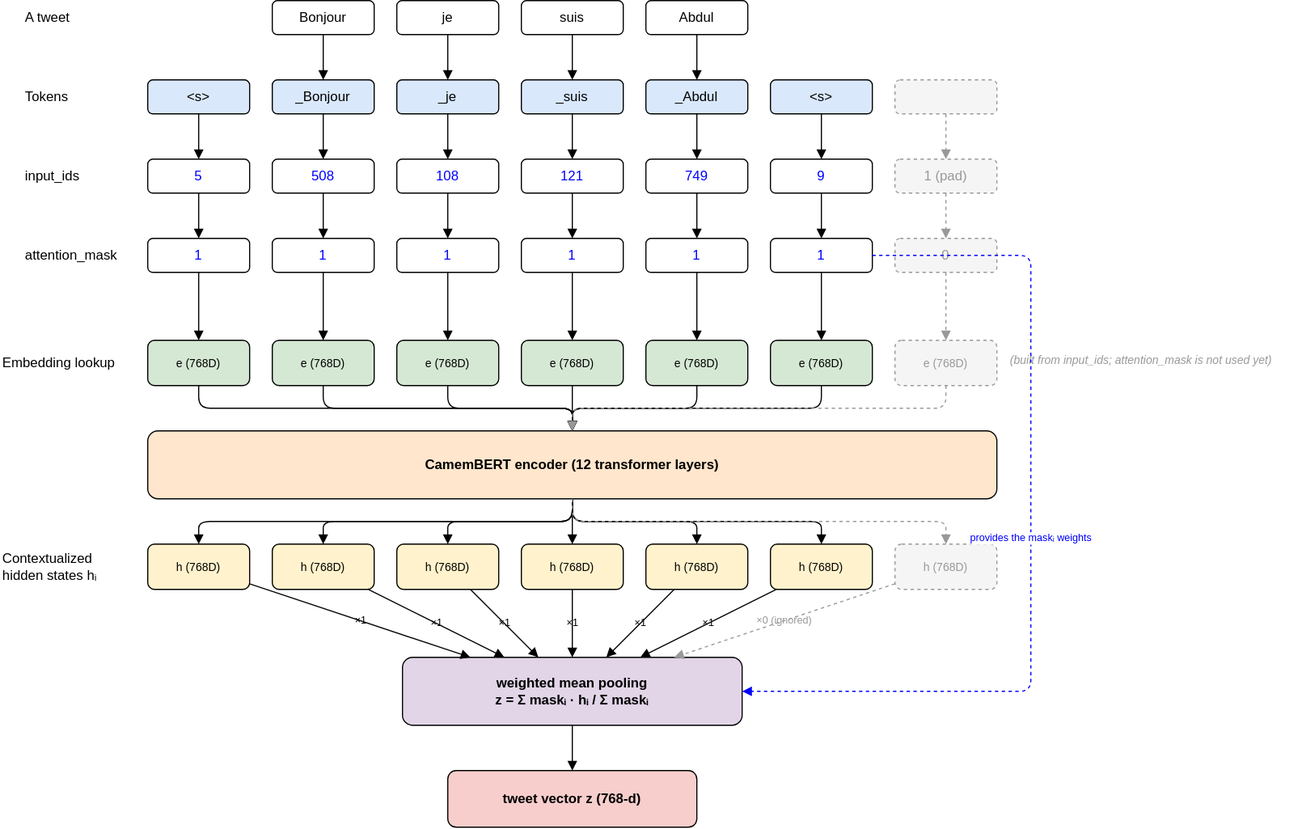
Before: images/pooling.svg, a diagram exported from draw.io (aogunleye/RegiBERT_French_Register_Classification). Source tidied: cells renumbered, new cells last; positions are measured from the earlier drawing's top-left corner, leaving out a move shared by most shapes.
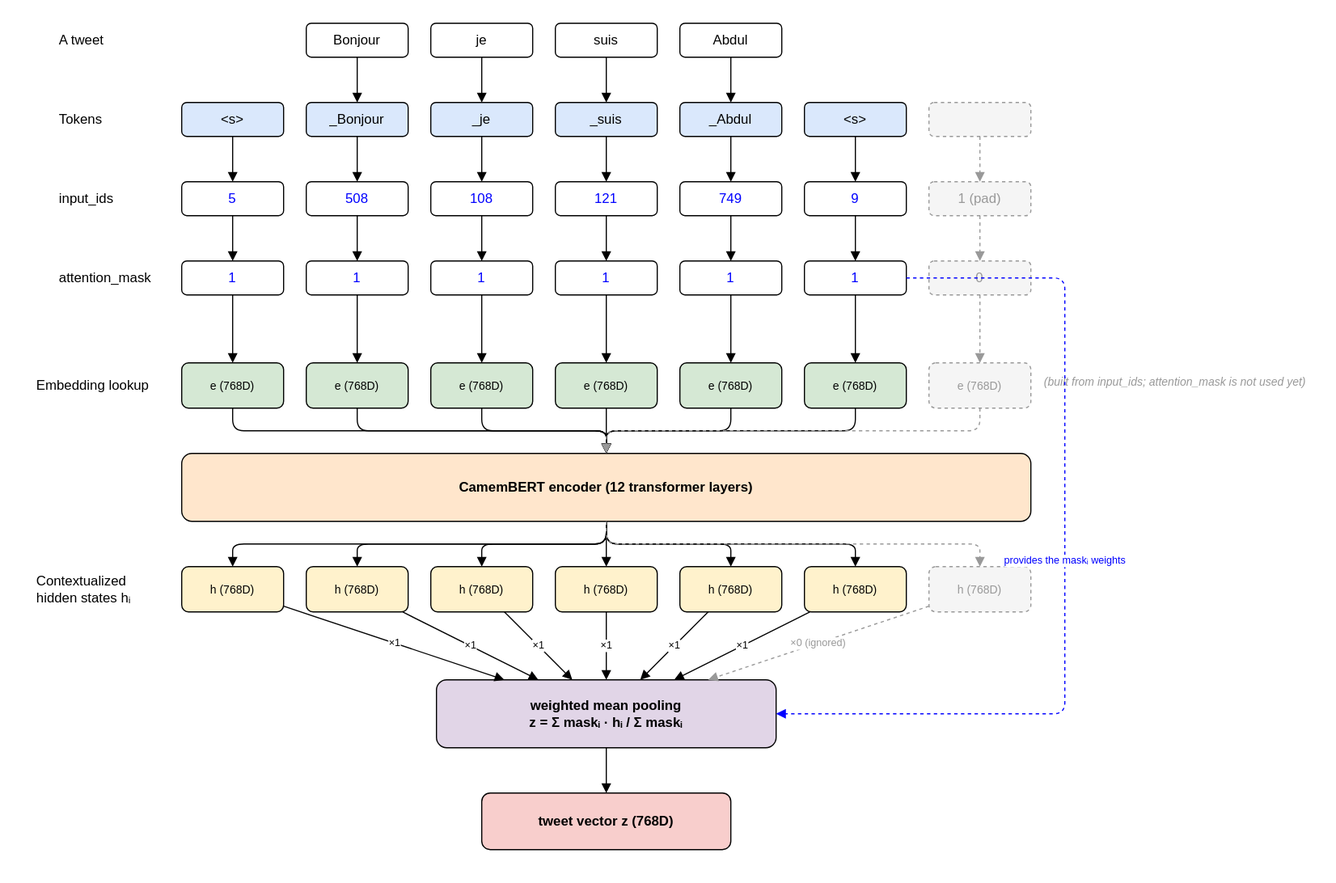
The same diagram one commit later.

What changed in the source:
```diff
@@ -2,6 +2,9 @@
   <root>
     <mxCell id="0" />
     <mxCell id="1" parent="0" />
+    <mxCell id="99" style="rounded=0;whiteSpace=wrap;html=1;strokeColor=none;" parent="1" vertex="1">
+      <mxGeometry x="-30" y="-20" width="1160" height="780" as="geometry" />
+    </mxCell>
     <mxCell id="2" value="Bonjour" style="rounded=1;whiteSpace=wrap;html=1;fillColor=#ffffff;strokeColor=#000000;" parent="1" vertex="1">
       <mxGeometry x="240" width="90" height="30" as="geometry" />
     </mxCell>
@@ -143,7 +146,7 @@
     <mxCell id="48" value="weighted mean pooling&lt;br&gt;z = Σ maskᵢ · hᵢ / Σ maskᵢ" style="rounded=1;whiteSpace=wrap;html=1;fillColor=#e1d5e7;strokeColor=#000000;fontStyle=1;" parent="1" vertex="1">
       <mxGeometry x="355" y="580" width="300" height="60" as="geometry" />
     </mxCell>
-    <mxCell id="49" value="tweet vector z (768-d)" style="rounded=1;whiteSpace=wrap;html=1;fillColor=#f8cecc;strokeColor=#000000;fontStyle=1;" parent="1" vertex="1">
+    <mxCell id="49" value="tweet vector z (768D)" style="rounded=1;whiteSpace=wrap;html=1;fillColor=#f8cecc;strokeColor=#000000;fontStyle=1;" parent="1" vertex="1">
       <mxGeometry x="395" y="680" width="220" height="50" as="geometry" />
     </mxCell>
     <mxCell id="50" style="edgeStyle=orthogonalEdgeStyle;html=1;endArrow=block;" parent="1" edge="1" source="2" target="8">
@@ -266,25 +269,25 @@
     <mxCell id="89" style="edgeStyle=orthogonalEdgeStyle;html=1;endArrow=block;dashed=1;strokeColor=#999999;" parent="1" edge="1" source="39" target="46">
       <mxGeometry relative="1" as="geometry" />
     </mxCell>
-    <mxCell id="90" value="×1" style="edgeStyle=none;html=1;endArrow=block;fontSize=9;labelBackgroundColor=none;" parent="1" edge="1" source="40" target="48">
+    <mxCell id="90" value="×1" style="edgeStyle=none;html=1;endArrow=block;fontSize=9;" parent="1" edge="1" source="40" target="48">
       <mxGeometry relative="1" as="geometry" />
     </mxCell>
-    <mxCell id="91" value="×1" style="edgeStyle=none;html=1;endArrow=block;fontSize=9;labelBackgroundColor=none;" parent="1" edge="1" source="41" target="48">
+    <mxCell id="91" value="×1" style="edgeStyle=none;html=1;endArrow=block;fontSize=9;" parent="1" edge="1" source="41" target="48">
       <mxGeometry relative="1" as="geometry" />
     </mxCell>
-    <mxCell id="92" value="×1" style="edgeStyle=none;html=1;endArrow=block;fontSize=9;labelBackgroundColor=none;" parent="1" edge="1" source="42" target="48">
+    <mxCell id="92" value="×1" style="edgeStyle=none;html=1;endArrow=block;fontSize=9;" parent="1" edge="1" source="42" target="48">
       <mxGeometry relative="1" as="geometry" />
     </mxCell>
-    <mxCell id="93" value="×1" style="edgeStyle=none;html=1;endArrow=block;fontSize=9;labelBackgroundColor=none;" parent="1" edge="1" source="43" target="48">
+    <mxCell id="93" value="×1" style="edgeStyle=none;html=1;endArrow=block;fontSize=9;" parent="1" edge="1" source="43" target="48">
       <mxGeometry relative="1" as="geometry" />
     </mxCell>
-    <mxCell id="94" value="×1" style="edgeStyle=none;html=1;endArrow=block;fontSize=9;labelBackgroundColor=none;" parent="1" edge="1" source="44" target="48">
+    <mxCell id="94" value="×1" style="edgeStyle=none;html=1;endArrow=block;fontSize=9;" parent="1" edge="1" source="44" target="48">
       <mxGeometry relative="1" as="geometry" />
     </mxCell>
-    <mxCell id="95" value="×1" style="edgeStyle=none;html=1;endArrow=block;fontSize=9;labelBackgroundColor=none;" parent="1" edge="1" source="45" target="48">
+    <mxCell id="95" value="×1" style="edgeStyle=none;html=1;endArrow=block;fontSize=9;" parent="1" edge="1" source="45" target="48">
       <mxGeometry relative="1" as="geometry" />
     </mxCell>
-    <mxCell id="96" value="×0 (ignored)" style="edgeStyle=none;html=1;endArrow=block;dashed=1;strokeColor=#999999;fontColor=#999999;fontSize=9;labelBackgroundColor=none;" parent="1" edge="1" source="46" target="48">
+    <mxCell id="96" value="×0 (ignored)" style="edgeStyle=none;html=1;endArrow=block;dashed=1;strokeColor=#999999;fontColor=#999999;fontSize=9;" parent="1" edge="1" source="46" target="48">
       <mxGeometry relative="1" as="geometry" />
     </mxCell>
     <mxCell id="97" value="provides the maskᵢ weights" style="edgeStyle=orthogonalEdgeStyle;html=1;endArrow=block;dashed=1;strokeColor=#0000ff;fontColor=#0000ff;fontSize=9;exitX=1;exitY=0.5;entryX=1;entryY=0.5;" parent="1" edge="1" source="28" target="48">
```
